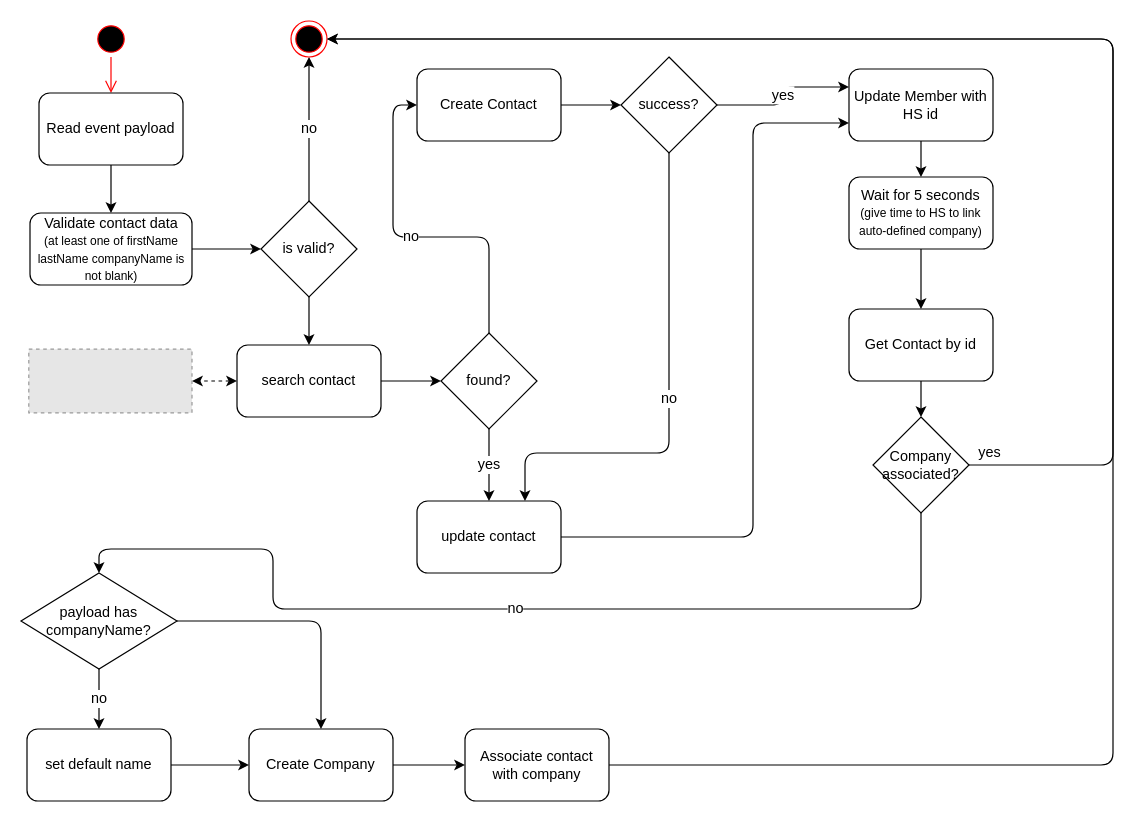
This is workers/Untitled Diagram.drawio from CallLoop/CL2-diagrams, a draw.io file, before an edit. Source tidied: cells renumbered, new cells numbered last; positions are measured from the earlier drawing's top-left corner, leaving out a move shared by most shapes. Both pictures are drawn from the tidied source at 120%, with x=0, y=0 at pixel (20, 20). Pictures stored in the file or linked from it are replaced by grey dashed boxes.
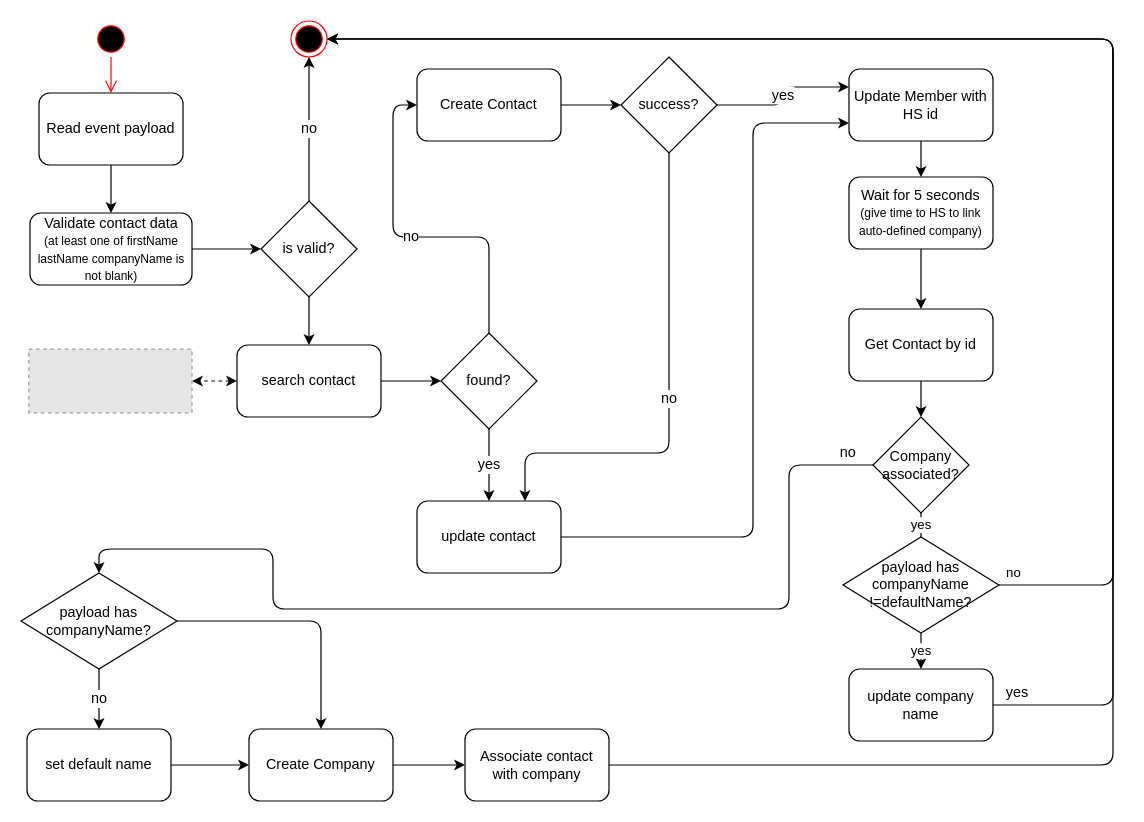
The same page after the edit.

Unchanged cells that the change refers to:
```xml
<mxCell id="11" style="ellipse;html=1;shape=endState;fillColor=#000000;strokeColor=#ff0000;fontSize=12;" parent="1" vertex="1">
  <mxGeometry x="225" width="30" height="30" as="geometry" />
</mxCell>
<mxCell id="28" value="Company&lt;br&gt;associated?" style="rhombus;whiteSpace=wrap;html=1;fontSize=12;" parent="1" vertex="1">
  <mxGeometry x="710" y="330" width="80" height="80" as="geometry" />
</mxCell>
<mxCell id="32" value="payload has companyName?" style="rhombus;whiteSpace=wrap;html=1;fontSize=12;" parent="1" vertex="1">
  <mxGeometry y="460" width="130" height="80" as="geometry" />
</mxCell>
```

What changed in the source:
```diff
@@
-    <mxCell id="26" value="yes" style="edgeStyle=orthogonalEdgeStyle;rounded=1;jettySize=auto;html=1;exitX=1;exitY=0.5;exitDx=0;exitDy=0;entryX=1;entryY=0.5;entryDx=0;entryDy=0;fontSize=12;startArrow=none;startFill=0;" parent="1" edge="1" source="28" target="11">
+    <mxCell id="26" value="yes" style="edgeStyle=orthogonalEdgeStyle;rounded=1;jettySize=auto;html=1;exitX=1;exitY=0.5;exitDx=0;exitDy=0;entryX=1;entryY=0.5;entryDx=0;entryDy=0;fontSize=12;startArrow=none;startFill=0;" parent="1" edge="1" source="45" target="11">
       <mxGeometry x="-0.97" y="10" relative="1" as="geometry">
         <Array as="points">
-          <mxPoint x="910" y="370" />
+          <mxPoint x="910" y="570" />
           <mxPoint x="910" y="15" />
         </Array>
       </mxGeometry>
     </mxCell>
-    <mxCell id="27" value="no" style="edgeStyle=orthogonalEdgeStyle;rounded=1;jettySize=auto;html=1;fontSize=12;startArrow=none;startFill=0;entryX=0.5;entryY=0;entryDx=0;entryDy=0;" parent="1" edge="1" source="28" target="32">
-      <mxGeometry relative="1" as="geometry">
+    <mxCell id="27" value="no" style="edgeStyle=orthogonalEdgeStyle;rounded=1;jettySize=auto;html=1;fontSize=12;startArrow=none;startFill=0;entryX=0.5;entryY=0;entryDx=0;entryDy=0;exitX=0;exitY=0.5;exitDx=0;exitDy=0;" parent="1" edge="1" source="28" target="32">
+      <mxGeometry x="-0.95" y="-10" relative="1" as="geometry">
         <Array as="points">
-          <mxPoint x="750" y="490" />
+          <mxPoint x="640" y="370" />
+          <mxPoint x="640" y="490" />
           <mxPoint x="210" y="490" />
           <mxPoint x="210" y="440" />
           <mxPoint x="65" y="440" />
         </Array>
       </mxGeometry>
     </mxCell>
+    <mxCell id="44" value="yes" style="edgeStyle=orthogonalEdgeStyle;rounded=1;jettySize=auto;html=1;exitX=0.5;exitY=1;exitDx=0;exitDy=0;entryX=0.5;entryY=0;entryDx=0;entryDy=0;startArrow=none;" parent="1" edge="1" source="47" target="45">
+      <mxGeometry relative="1" as="geometry" />
+    </mxCell>
@@
+    <mxCell id="45" value="update company name" style="rounded=1;whiteSpace=wrap;html=1;" parent="1" vertex="1">
+      <mxGeometry x="690" y="540" width="120" height="60" as="geometry" />
+    </mxCell>
+    <mxCell id="46" value="no" style="edgeStyle=orthogonalEdgeStyle;rounded=1;jettySize=auto;html=1;exitX=1;exitY=0.5;exitDx=0;exitDy=0;entryX=1;entryY=0.5;entryDx=0;entryDy=0;" parent="1" edge="1" source="47" target="11">
+      <mxGeometry x="-0.98" y="10" relative="1" as="geometry">
+        <Array as="points">
+          <mxPoint x="910" y="470" />
+          <mxPoint x="910" y="15" />
+        </Array>
+      </mxGeometry>
+    </mxCell>
+    <mxCell id="47" value="payload has companyName&lt;br&gt;!=defaultName?" style="rhombus;whiteSpace=wrap;html=1;fontSize=12;" parent="1" vertex="1">
+      <mxGeometry x="685" y="430" width="130" height="80" as="geometry" />
+    </mxCell>
+    <mxCell id="48" value="yes" style="edgeStyle=orthogonalEdgeStyle;rounded=1;jettySize=auto;html=1;exitX=0.5;exitY=1;exitDx=0;exitDy=0;entryX=0.5;entryY=0;entryDx=0;entryDy=0;endArrow=none;" parent="1" edge="1" source="28" target="47">
+      <mxGeometry relative="1" as="geometry" />
+    </mxCell>
```
